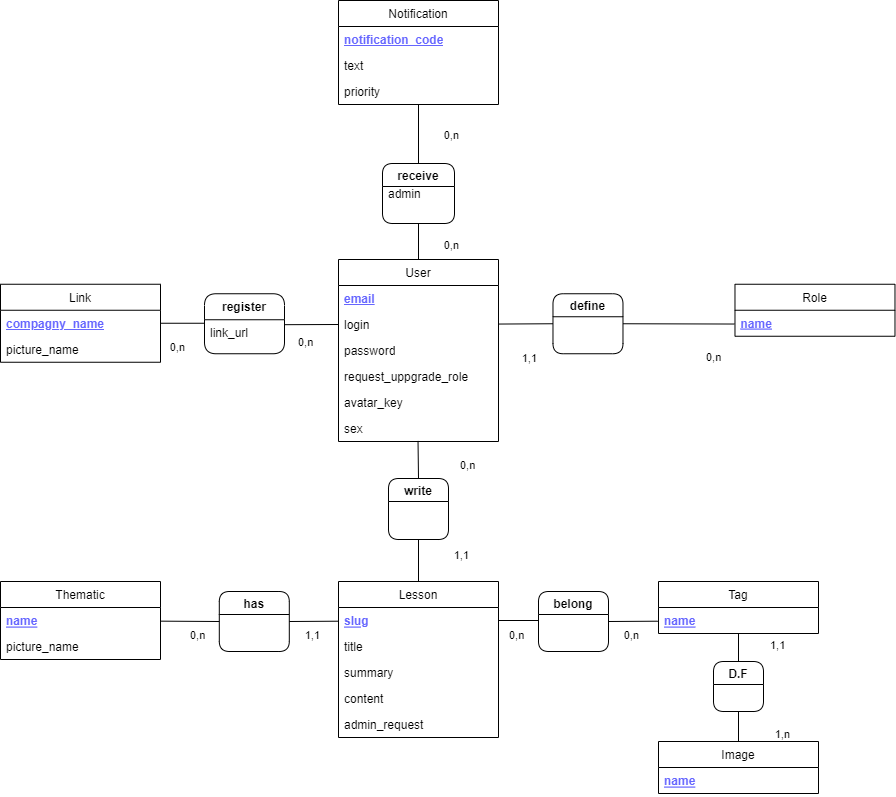
The draw.io diagram data/MCD.drawio.png in aviateur22/mylesson_v2_back, before a commit. Source tidied: cells renumbered, new cells last; positions are measured from the earlier drawing's top-left corner, leaving out a move shared by most shapes. Source of this version:
```xml
<mxGraphModel>
  <root>
    <mxCell id="0" />
    <mxCell id="1" parent="0" />
    <mxCell id="2" value="User" style="swimlane;fontStyle=0;horizontal=1;startSize=26;" parent="1" vertex="1">
      <mxGeometry x="338" y="259" width="160" height="182" as="geometry" />
    </mxCell>
    <mxCell id="3" value="email" style="text;strokeColor=none;fillColor=none;align=left;verticalAlign=top;spacingLeft=4;spacingRight=4;overflow=hidden;fontStyle=5;fontColor=#6666FF;html=1;" parent="2" vertex="1">
      <mxGeometry y="26" width="160" height="26" as="geometry" />
    </mxCell>
    <mxCell id="4" value="login" style="text;strokeColor=none;fillColor=none;align=left;verticalAlign=top;spacingLeft=4;spacingRight=4;overflow=hidden;points=[[0,0.5],[1,0.5]];portConstraint=eastwest;" parent="2" vertex="1">
      <mxGeometry y="52" width="160" height="26" as="geometry" />
    </mxCell>
    <mxCell id="5" value="&lt;span style=&quot;font-weight: normal&quot;&gt;&lt;font color=&quot;#000000&quot;&gt;password&lt;/font&gt;&lt;/span&gt;" style="text;strokeColor=none;fillColor=none;align=left;verticalAlign=top;spacingLeft=4;spacingRight=4;overflow=hidden;fontStyle=1;fontColor=#6666FF;html=1;strokeWidth=0;" parent="2" vertex="1">
      <mxGeometry y="78" width="160" height="26" as="geometry" />
    </mxCell>
    <mxCell id="6" value="request_uppgrade_role" style="text;strokeColor=none;fillColor=none;align=left;verticalAlign=top;spacingLeft=4;spacingRight=4;overflow=hidden;" parent="2" vertex="1">
      <mxGeometry y="104" width="160" height="26" as="geometry" />
    </mxCell>
    <mxCell id="7" value="avatar_key" style="text;strokeColor=none;fillColor=none;align=left;verticalAlign=top;spacingLeft=4;spacingRight=4;overflow=hidden;" parent="2" vertex="1">
      <mxGeometry y="130" width="160" height="26" as="geometry" />
    </mxCell>
    <mxCell id="8" value="sex" style="text;strokeColor=none;fillColor=none;align=left;verticalAlign=top;spacingLeft=4;spacingRight=4;overflow=hidden;points=[[0,0.5],[1,0.5]];portConstraint=eastwest;" parent="2" vertex="1">
      <mxGeometry y="156" width="160" height="26" as="geometry" />
    </mxCell>
    <mxCell id="9" value="Role" style="swimlane;fontStyle=0;horizontal=1;startSize=26;" parent="1" vertex="1">
      <mxGeometry x="734.5" y="283.8" width="160" height="52" as="geometry" />
    </mxCell>
    <mxCell id="10" value="name" style="text;strokeColor=none;fillColor=none;align=left;verticalAlign=top;spacingLeft=4;spacingRight=4;overflow=hidden;points=[[0,0.5],[1,0.5]];portConstraint=eastwest;fontStyle=5;fontColor=#6666FF;" parent="9" vertex="1">
      <mxGeometry y="26" width="160" height="26" as="geometry" />
    </mxCell>
    <mxCell id="11" value="Lesson" style="swimlane;fontStyle=0;horizontal=1;startSize=26;" parent="1" vertex="1">
      <mxGeometry x="338" y="581" width="160" height="156" as="geometry" />
    </mxCell>
    <mxCell id="12" value="slug" style="text;strokeColor=none;fillColor=none;align=left;verticalAlign=top;spacingLeft=4;spacingRight=4;overflow=hidden;fontStyle=5;fontColor=#6666FF;" parent="11" vertex="1">
      <mxGeometry y="26" width="160" height="26" as="geometry" />
    </mxCell>
    <mxCell id="13" value="title" style="text;strokeColor=none;fillColor=none;align=left;verticalAlign=top;spacingLeft=4;spacingRight=4;overflow=hidden;" parent="11" vertex="1">
      <mxGeometry y="52" width="160" height="26" as="geometry" />
    </mxCell>
    <mxCell id="14" value="summary" style="text;strokeColor=none;fillColor=none;align=left;verticalAlign=top;spacingLeft=4;spacingRight=4;overflow=hidden;" parent="11" vertex="1">
      <mxGeometry y="78" width="160" height="26" as="geometry" />
    </mxCell>
    <mxCell id="15" value="content" style="text;strokeColor=none;fillColor=none;align=left;verticalAlign=top;spacingLeft=4;spacingRight=4;overflow=hidden;" parent="11" vertex="1">
      <mxGeometry y="104" width="160" height="26" as="geometry" />
    </mxCell>
    <mxCell id="16" value="admin_request" style="text;strokeColor=none;fillColor=none;align=left;verticalAlign=top;spacingLeft=4;spacingRight=4;overflow=hidden;" parent="11" vertex="1">
      <mxGeometry y="130" width="160" height="26" as="geometry" />
    </mxCell>
    <mxCell id="17" value="Tag" style="swimlane;fontStyle=0;horizontal=1;startSize=26;" parent="1" vertex="1">
      <mxGeometry x="658" y="581" width="160" height="52" as="geometry" />
    </mxCell>
    <mxCell id="18" value="name" style="text;strokeColor=none;fillColor=none;align=left;verticalAlign=top;spacingLeft=4;spacingRight=4;overflow=hidden;points=[[0,0.5],[1,0.5]];portConstraint=eastwest;fontStyle=5;fontColor=#6666FF;" parent="17" vertex="1">
      <mxGeometry y="26" width="160" height="26" as="geometry" />
    </mxCell>
    <mxCell id="19" value="Image" style="swimlane;fontStyle=0;horizontal=1;startSize=26;" parent="1" vertex="1">
      <mxGeometry x="658" y="741" width="160" height="52" as="geometry" />
    </mxCell>
    <mxCell id="20" value="name" style="text;strokeColor=none;fillColor=none;align=left;verticalAlign=top;spacingLeft=4;spacingRight=4;overflow=hidden;fontStyle=5;fontColor=#6666FF;" parent="19" vertex="1">
      <mxGeometry y="26" width="160" height="26" as="geometry" />
    </mxCell>
    <mxCell id="21" style="endArrow=none;html=1;entryX=0.497;entryY=0.979;entryDx=0;entryDy=0;entryPerimeter=0;endFill=0;exitX=0.5;exitY=0;exitDx=0;exitDy=0;" parent="1" edge="1" source="39" target="8">
      <mxGeometry relative="1" as="geometry" />
    </mxCell>
    <mxCell id="22" value="0,n" style="edgeLabel;html=1;align=left;verticalAlign=bottom;" parent="21" vertex="1">
      <mxGeometry x="-1" relative="1" as="geometry">
        <mxPoint x="40" y="-7" as="offset" />
      </mxGeometry>
    </mxCell>
    <mxCell id="23" value="1,1" style="edgeLabel;html=1;align=right;verticalAlign=bottom;" parent="21" vertex="1">
      <mxGeometry x="1" relative="1" as="geometry">
        <mxPoint x="50" y="121" as="offset" />
      </mxGeometry>
    </mxCell>
    <mxCell id="24" style="endArrow=none;html=1;endFill=0;entryX=1;entryY=0.5;entryDx=0;entryDy=0;exitX=-0.005;exitY=0.527;exitDx=0;exitDy=0;exitPerimeter=0;" parent="1" edge="1" source="18" target="37">
      <mxGeometry relative="1" as="geometry" />
    </mxCell>
    <mxCell id="25" value="0,n" style="edgeLabel;html=1;align=left;verticalAlign=bottom;" parent="24" vertex="1">
      <mxGeometry x="-1" relative="1" as="geometry">
        <mxPoint x="-150" y="21" as="offset" />
      </mxGeometry>
    </mxCell>
    <mxCell id="26" value="0,n" style="edgeLabel;html=1;align=right;verticalAlign=bottom;" parent="24" vertex="1">
      <mxGeometry x="1" relative="1" as="geometry">
        <mxPoint x="30" y="20" as="offset" />
      </mxGeometry>
    </mxCell>
    <mxCell id="27" style="endArrow=none;html=1;exitX=0.5;exitY=1.007;exitDx=0;exitDy=0;exitPerimeter=0;endFill=0;entryX=0.5;entryY=0;entryDx=0;entryDy=0;" parent="1" edge="1" source="18" target="38">
      <mxGeometry relative="1" as="geometry" />
    </mxCell>
    <mxCell id="28" value="1,1" style="edgeLabel;html=1;align=left;verticalAlign=bottom;" parent="27" vertex="1">
      <mxGeometry x="-1" relative="1" as="geometry">
        <mxPoint x="30" y="18" as="offset" />
      </mxGeometry>
    </mxCell>
    <mxCell id="29" value="1,n" style="edgeLabel;html=1;align=right;verticalAlign=bottom;" parent="27" vertex="1">
      <mxGeometry x="1" relative="1" as="geometry">
        <mxPoint x="50" y="80" as="offset" />
      </mxGeometry>
    </mxCell>
    <mxCell id="30" style="endArrow=none;html=1;exitX=0.5;exitY=0;exitDx=0;exitDy=0;endFill=0;entryX=0.5;entryY=1;entryDx=0;entryDy=0;" parent="1" edge="1" source="19" target="38">
      <mxGeometry relative="1" as="geometry" />
    </mxCell>
    <mxCell id="31" style="endArrow=none;html=1;exitX=-0.003;exitY=0.53;exitDx=0;exitDy=0;endFill=0;entryX=1;entryY=0.5;entryDx=0;entryDy=0;exitPerimeter=0;" parent="1" edge="1" source="10" target="36">
      <mxGeometry relative="1" as="geometry" />
    </mxCell>
    <mxCell id="32" value="0,n" style="edgeLabel;html=1;align=left;verticalAlign=bottom;" parent="31" vertex="1">
      <mxGeometry x="-1" relative="1" as="geometry">
        <mxPoint x="-30" y="40" as="offset" />
      </mxGeometry>
    </mxCell>
    <mxCell id="33" value="1,1" style="edgeLabel;html=1;align=right;verticalAlign=bottom;" parent="31" vertex="1">
      <mxGeometry x="1" relative="1" as="geometry">
        <mxPoint x="-86" y="41" as="offset" />
      </mxGeometry>
    </mxCell>
    <mxCell id="34" style="endArrow=none;html=1;endFill=0;entryX=0;entryY=0.5;entryDx=0;entryDy=0;" parent="1" edge="1" source="4" target="36">
      <mxGeometry relative="1" as="geometry" />
    </mxCell>
    <mxCell id="35" style="endArrow=none;html=1;exitX=1;exitY=0.5;exitDx=0;exitDy=0;endFill=0;" parent="1" edge="1">
      <mxGeometry relative="1" as="geometry">
        <mxPoint x="498" y="620" as="sourcePoint" />
        <mxPoint x="538" y="620" as="targetPoint" />
      </mxGeometry>
    </mxCell>
    <mxCell id="36" value="define" style="swimlane;rounded=1;" parent="1" vertex="1">
      <mxGeometry x="552.5" y="293.2" width="70" height="60" as="geometry" />
    </mxCell>
    <mxCell id="37" value="belong" style="swimlane;rounded=1;" parent="1" vertex="1">
      <mxGeometry x="538" y="591" width="70" height="60" as="geometry" />
    </mxCell>
    <mxCell id="38" value="D.F" style="swimlane;rounded=1;startSize=23;" parent="1" vertex="1">
      <mxGeometry x="713" y="661" width="50" height="50" as="geometry" />
    </mxCell>
    <mxCell id="39" value="write" style="swimlane;rounded=1;" parent="1" vertex="1">
      <mxGeometry x="388" y="478" width="60" height="61" as="geometry" />
    </mxCell>
    <mxCell id="40" style="endArrow=none;html=1;entryX=0.5;entryY=1;entryDx=0;entryDy=0;exitX=0.5;exitY=0;exitDx=0;exitDy=0;" parent="1" edge="1" source="11" target="39">
      <mxGeometry relative="1" as="geometry" />
    </mxCell>
    <mxCell id="41" value="Link" style="swimlane;fontStyle=0;horizontal=1;startSize=26;" parent="1" vertex="1">
      <mxGeometry y="283.8" width="160" height="78" as="geometry" />
    </mxCell>
    <mxCell id="42" value="compagny_name" style="text;strokeColor=none;fillColor=none;align=left;verticalAlign=top;spacingLeft=4;spacingRight=4;overflow=hidden;points=[[0,0.5],[1,0.5]];portConstraint=eastwest;fontStyle=5;fontColor=#6666FF;html=1;" parent="41" vertex="1">
      <mxGeometry y="26" width="160" height="26" as="geometry" />
    </mxCell>
    <mxCell id="43" value="picture_name" style="text;strokeColor=none;fillColor=none;align=left;verticalAlign=top;spacingLeft=4;spacingRight=4;overflow=hidden;" parent="41" vertex="1">
      <mxGeometry y="52" width="160" height="26" as="geometry" />
    </mxCell>
    <mxCell id="44" value="register" style="swimlane;fontStyle=1;horizontal=1;startSize=26;rounded=1;" parent="1" vertex="1">
      <mxGeometry x="204" y="293.2" width="80" height="60" as="geometry" />
    </mxCell>
    <mxCell id="45" value="link_url" style="text;strokeColor=none;fillColor=none;align=left;verticalAlign=top;spacingLeft=4;spacingRight=4;overflow=hidden;points=[[0,0.5],[1,0.5]];portConstraint=eastwest;" parent="44" vertex="1">
      <mxGeometry y="26" width="80" height="34" as="geometry" />
    </mxCell>
    <mxCell id="46" style="endArrow=none;html=1;endFill=0;exitX=1.004;exitY=0.145;exitDx=0;exitDy=0;exitPerimeter=0;" parent="1" edge="1" source="45">
      <mxGeometry relative="1" as="geometry">
        <mxPoint x="338" y="324" as="targetPoint" />
      </mxGeometry>
    </mxCell>
    <mxCell id="47" style="endArrow=none;html=1;endFill=0;exitX=1;exitY=0.5;exitDx=0;exitDy=0;entryX=0.004;entryY=0.103;entryDx=0;entryDy=0;entryPerimeter=0;" parent="1" edge="1" source="42" target="45">
      <mxGeometry relative="1" as="geometry" />
    </mxCell>
    <mxCell id="48" value="0,n" style="edgeLabel;html=1;align=right;verticalAlign=bottom;" parent="1" vertex="1">
      <mxGeometry x="598" y="323.3" as="geometry">
        <mxPoint x="-415" y="30" as="offset" />
      </mxGeometry>
    </mxCell>
    <mxCell id="49" value="0,n" style="edgeLabel;html=1;align=left;verticalAlign=bottom;" parent="1" vertex="1">
      <mxGeometry x="298" y="353.2" as="geometry">
        <mxPoint x="-2" y="-5" as="offset" />
      </mxGeometry>
    </mxCell>
    <mxCell id="50" value="Thematic" style="swimlane;fontStyle=0;horizontal=1;startSize=26;" parent="1" vertex="1">
      <mxGeometry y="581" width="160" height="78" as="geometry" />
    </mxCell>
    <mxCell id="51" value="name" style="text;strokeColor=none;fillColor=none;align=left;verticalAlign=top;spacingLeft=4;spacingRight=4;overflow=hidden;points=[[0,0.5],[1,0.5]];portConstraint=eastwest;fontStyle=5;fontColor=#6666FF;" parent="50" vertex="1">
      <mxGeometry y="26" width="160" height="26" as="geometry" />
    </mxCell>
    <mxCell id="52" value="picture_name" style="text;strokeColor=none;fillColor=none;align=left;verticalAlign=top;spacingLeft=4;spacingRight=4;overflow=hidden;" parent="50" vertex="1">
      <mxGeometry y="52" width="160" height="26" as="geometry" />
    </mxCell>
    <mxCell id="53" style="endArrow=none;html=1;endFill=0;entryX=1;entryY=0.5;entryDx=0;entryDy=0;exitX=-0.005;exitY=0.527;exitDx=0;exitDy=0;exitPerimeter=0;" parent="1" edge="1" target="57">
      <mxGeometry relative="1" as="geometry">
        <mxPoint x="338" y="620.7" as="sourcePoint" />
      </mxGeometry>
    </mxCell>
    <mxCell id="54" value="0,n" style="edgeLabel;html=1;align=left;verticalAlign=bottom;" parent="53" vertex="1">
      <mxGeometry x="-1" relative="1" as="geometry">
        <mxPoint x="-150" y="21" as="offset" />
      </mxGeometry>
    </mxCell>
    <mxCell id="55" value="1,1" style="edgeLabel;html=1;align=right;verticalAlign=bottom;" parent="53" vertex="1">
      <mxGeometry x="1" relative="1" as="geometry">
        <mxPoint x="30" y="20" as="offset" />
      </mxGeometry>
    </mxCell>
    <mxCell id="56" style="endArrow=none;html=1;exitX=1;exitY=0.525;exitDx=0;exitDy=0;endFill=0;exitPerimeter=0;" parent="1" edge="1" source="51">
      <mxGeometry relative="1" as="geometry">
        <mxPoint x="218.8" y="621" as="targetPoint" />
      </mxGeometry>
    </mxCell>
    <mxCell id="57" value="has" style="swimlane;rounded=1;" parent="1" vertex="1">
      <mxGeometry x="218.8" y="591" width="70" height="60" as="geometry" />
    </mxCell>
    <mxCell id="58" value="Notification" style="swimlane;fontStyle=0;horizontal=1;startSize=26;" parent="1" vertex="1">
      <mxGeometry x="338" width="160" height="104" as="geometry" />
    </mxCell>
    <mxCell id="59" value="notification_code" style="text;strokeColor=none;fillColor=none;align=left;verticalAlign=top;spacingLeft=4;spacingRight=4;overflow=hidden;fontStyle=5;fontColor=#6666FF;html=1;" parent="58" vertex="1">
      <mxGeometry y="26" width="160" height="26" as="geometry" />
    </mxCell>
    <mxCell id="60" value="text" style="text;strokeColor=none;fillColor=none;align=left;verticalAlign=top;spacingLeft=4;spacingRight=4;overflow=hidden;" parent="58" vertex="1">
      <mxGeometry y="52" width="160" height="26" as="geometry" />
    </mxCell>
    <mxCell id="61" value="priority" style="text;strokeColor=none;fillColor=none;align=left;verticalAlign=top;spacingLeft=4;spacingRight=4;overflow=hidden;" parent="58" vertex="1">
      <mxGeometry y="78" width="160" height="26" as="geometry" />
    </mxCell>
    <mxCell id="62" value="receive" style="swimlane;rounded=1;" parent="1" vertex="1">
      <mxGeometry x="382" y="163" width="72" height="60" as="geometry" />
    </mxCell>
    <mxCell id="63" value="admin" style="text;strokeColor=none;fillColor=none;align=left;verticalAlign=top;spacingLeft=4;spacingRight=4;overflow=hidden;" parent="62" vertex="1">
      <mxGeometry y="17" width="60" height="26" as="geometry" />
    </mxCell>
    <mxCell id="64" style="endArrow=none;html=1;endFill=0;entryX=0.5;entryY=0;entryDx=0;entryDy=0;exitX=0.5;exitY=1;exitDx=0;exitDy=0;" parent="1" edge="1" source="58" target="62">
      <mxGeometry relative="1" as="geometry" />
    </mxCell>
    <mxCell id="65" style="endArrow=none;html=1;endFill=0;entryX=0.5;entryY=0;entryDx=0;entryDy=0;exitX=0.5;exitY=1;exitDx=0;exitDy=0;" parent="1" edge="1" source="62" target="2">
      <mxGeometry relative="1" as="geometry" />
    </mxCell>
    <mxCell id="66" value="0,n" style="edgeLabel;html=1;align=right;verticalAlign=bottom;" parent="1" vertex="1">
      <mxGeometry x="458" y="141" as="geometry" />
    </mxCell>
    <mxCell id="67" value="0,n" style="edgeLabel;html=1;align=right;verticalAlign=bottom;" parent="1" vertex="1">
      <mxGeometry x="458" y="251" as="geometry" />
    </mxCell>
  </root>
</mxGraphModel>
```
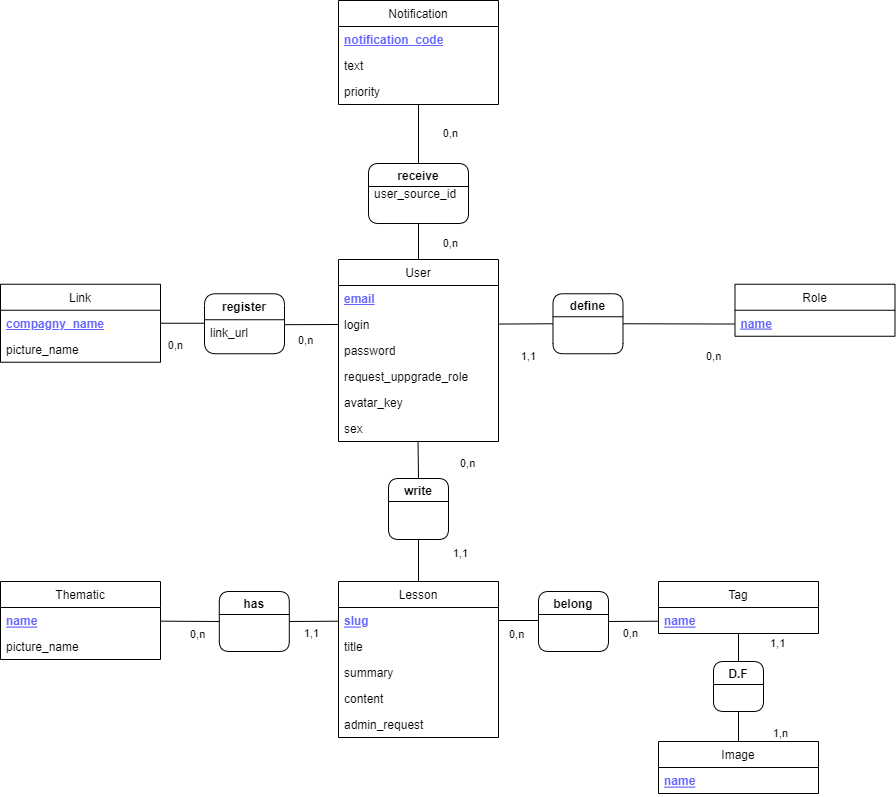
After the commit.

The edit, as a diff of the source:
```diff
@@ -216,10 +216,10 @@
       <mxGeometry y="78" width="160" height="26" as="geometry" />
     </mxCell>
     <mxCell id="62" value="receive" style="swimlane;rounded=1;" parent="1" vertex="1">
-      <mxGeometry x="382" y="163" width="72" height="60" as="geometry" />
+      <mxGeometry x="368" y="163" width="100" height="60" as="geometry" />
     </mxCell>
-    <mxCell id="63" value="admin" style="text;strokeColor=none;fillColor=none;align=left;verticalAlign=top;spacingLeft=4;spacingRight=4;overflow=hidden;" parent="62" vertex="1">
-      <mxGeometry y="17" width="60" height="26" as="geometry" />
+    <mxCell id="63" value="user_source_id" style="text;strokeColor=none;fillColor=none;align=left;verticalAlign=top;spacingLeft=4;spacingRight=4;overflow=hidden;" parent="62" vertex="1">
+      <mxGeometry y="17" width="100" height="26" as="geometry" />
     </mxCell>
     <mxCell id="64" style="endArrow=none;html=1;endFill=0;entryX=0.5;entryY=0;entryDx=0;entryDy=0;exitX=0.5;exitY=1;exitDx=0;exitDy=0;" parent="1" edge="1" source="58" target="62">
       <mxGeometry relative="1" as="geometry" />
```
